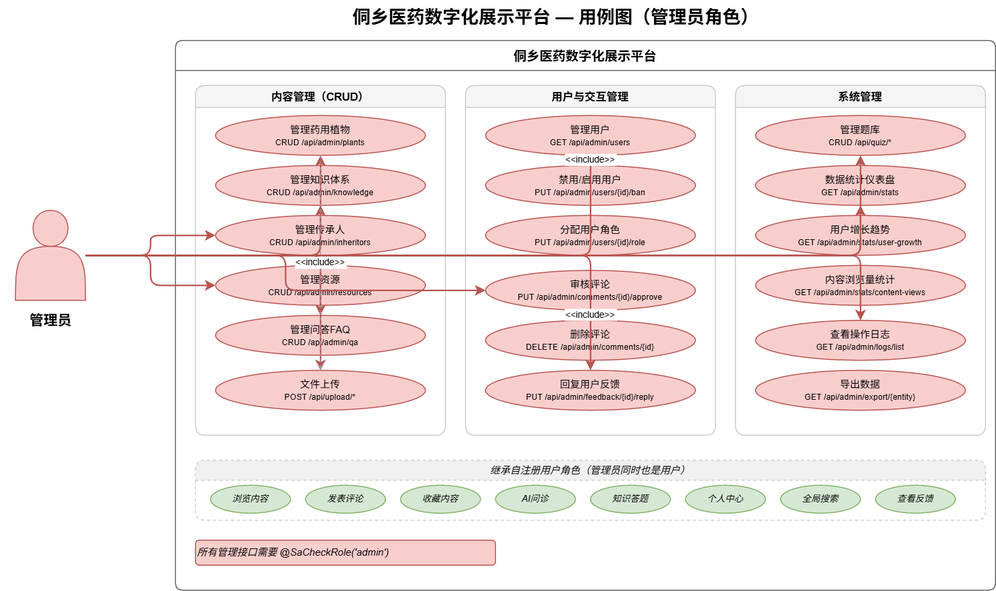
Earlier version of the draw.io export docs/diagrams-png/usecase-admin.drawio.png (yhe3603-star/Graduation-Project). Source tidied: cells renumbered, new cells last; positions are measured from the earlier drawing's top-left corner, leaving out a move shared by most shapes. The source it was exported from:
```xml
<mxGraphModel>
  <root>
    <mxCell id="0" />
    <mxCell id="1" parent="0" />
    <mxCell id="2" value="侗乡医药数字化展示平台 — 用例图（管理员角色）" style="text;html=1;fontSize=18;fontStyle=1;align=center;" parent="1" vertex="1">
      <mxGeometry x="305" width="500" height="35" as="geometry" />
    </mxCell>
    <mxCell id="3" style="shape=actor;whiteSpace=wrap;html=1;verticalAlign=bottom;labelPosition=center;verticalLabelPosition=bottom;outlineConnect=0;fillColor=#f8cecc;strokeColor=#b85450;size=20;" parent="1" vertex="1">
      <mxGeometry x="15" y="210" width="70" height="90" as="geometry" />
    </mxCell>
    <mxCell id="4" value="管理员" style="text;html=1;fontSize=14;fontStyle=1;align=center;" parent="1" vertex="1">
      <mxGeometry y="305" width="100" height="25" as="geometry" />
    </mxCell>
    <mxCell id="5" value="侗乡医药数字化展示平台" style="swimlane;startSize=30;fillColor=#FFFFFF;strokeColor=#666;fontStyle=1;fontSize=13;rounded=1;arcSize=8;" parent="1" vertex="1">
      <mxGeometry x="175" y="40" width="820" height="550" as="geometry" />
    </mxCell>
    <mxCell id="6" value="内容管理（CRUD）" style="swimlane;startSize=22;fillColor=#f5f5f5;strokeColor=#CCC;fontStyle=1;fontSize=11;rounded=1;" parent="5" vertex="1">
      <mxGeometry x="20" y="45" width="250" height="350" as="geometry" />
    </mxCell>
    <mxCell id="7" value="管理药用植物&lt;br&gt;&lt;small&gt;CRUD /api/admin/plants&lt;/small&gt;" style="ellipse;whiteSpace=wrap;html=1;fillColor=#f8cecc;strokeColor=#b85450;fontSize=10;" parent="6" vertex="1">
      <mxGeometry x="20" y="30" width="210" height="40" as="geometry" />
    </mxCell>
    <mxCell id="8" value="管理知识体系&lt;br&gt;&lt;small&gt;CRUD /api/admin/knowledge&lt;/small&gt;" style="ellipse;whiteSpace=wrap;html=1;fillColor=#f8cecc;strokeColor=#b85450;fontSize=10;" parent="6" vertex="1">
      <mxGeometry x="20" y="80" width="210" height="40" as="geometry" />
    </mxCell>
    <mxCell id="9" value="管理传承人&lt;br&gt;&lt;small&gt;CRUD /api/admin/inheritors&lt;/small&gt;" style="ellipse;whiteSpace=wrap;html=1;fillColor=#f8cecc;strokeColor=#b85450;fontSize=10;" parent="6" vertex="1">
      <mxGeometry x="20" y="130" width="210" height="40" as="geometry" />
    </mxCell>
    <mxCell id="10" value="管理资源&lt;br&gt;&lt;small&gt;CRUD /api/admin/resources&lt;/small&gt;" style="ellipse;whiteSpace=wrap;html=1;fillColor=#f8cecc;strokeColor=#b85450;fontSize=10;" parent="6" vertex="1">
      <mxGeometry x="20" y="180" width="210" height="40" as="geometry" />
    </mxCell>
    <mxCell id="11" value="管理问答FAQ&lt;br&gt;&lt;small&gt;CRUD /api/admin/qa&lt;/small&gt;" style="ellipse;whiteSpace=wrap;html=1;fillColor=#f8cecc;strokeColor=#b85450;fontSize=10;" parent="6" vertex="1">
      <mxGeometry x="20" y="230" width="210" height="40" as="geometry" />
    </mxCell>
    <mxCell id="12" value="文件上传&lt;br&gt;&lt;small&gt;POST /api/upload/*&lt;/small&gt;" style="ellipse;whiteSpace=wrap;html=1;fillColor=#f8cecc;strokeColor=#b85450;fontSize=10;" parent="6" vertex="1">
      <mxGeometry x="20" y="285" width="210" height="40" as="geometry" />
    </mxCell>
    <mxCell id="13" value="用户与交互管理" style="swimlane;startSize=22;fillColor=#f5f5f5;strokeColor=#CCC;fontStyle=1;fontSize=11;rounded=1;" parent="5" vertex="1">
      <mxGeometry x="290" y="45" width="250" height="350" as="geometry" />
    </mxCell>
    <mxCell id="14" value="管理用户&lt;br&gt;&lt;small&gt;GET /api/admin/users&lt;/small&gt;" style="ellipse;whiteSpace=wrap;html=1;fillColor=#f8cecc;strokeColor=#b85450;fontSize=10;" parent="13" vertex="1">
      <mxGeometry x="20" y="30" width="210" height="40" as="geometry" />
    </mxCell>
    <mxCell id="15" value="禁用/启用用户&lt;br&gt;&lt;small&gt;PUT /api/admin/users/{id}/ban&lt;/small&gt;" style="ellipse;whiteSpace=wrap;html=1;fillColor=#f8cecc;strokeColor=#b85450;fontSize=10;" parent="13" vertex="1">
      <mxGeometry x="20" y="80" width="210" height="40" as="geometry" />
    </mxCell>
    <mxCell id="16" value="分配用户角色&lt;br&gt;&lt;small&gt;PUT /api/admin/users/{id}/role&lt;/small&gt;" style="ellipse;whiteSpace=wrap;html=1;fillColor=#f8cecc;strokeColor=#b85450;fontSize=10;" parent="13" vertex="1">
      <mxGeometry x="20" y="130" width="210" height="40" as="geometry" />
    </mxCell>
    <mxCell id="17" value="审核评论&lt;br&gt;&lt;small&gt;PUT /api/admin/comments/{id}/approve&lt;/small&gt;" style="ellipse;whiteSpace=wrap;html=1;fillColor=#f8cecc;strokeColor=#b85450;fontSize=10;" parent="13" vertex="1">
      <mxGeometry x="20" y="185" width="210" height="40" as="geometry" />
    </mxCell>
    <mxCell id="18" value="删除评论&lt;br&gt;&lt;small&gt;DELETE /api/admin/comments/{id}&lt;/small&gt;" style="ellipse;whiteSpace=wrap;html=1;fillColor=#f8cecc;strokeColor=#b85450;fontSize=10;" parent="13" vertex="1">
      <mxGeometry x="20" y="235" width="210" height="40" as="geometry" />
    </mxCell>
    <mxCell id="19" value="回复用户反馈&lt;br&gt;&lt;small&gt;PUT /api/admin/feedback/{id}/reply&lt;/small&gt;" style="ellipse;whiteSpace=wrap;html=1;fillColor=#f8cecc;strokeColor=#b85450;fontSize=10;" parent="13" vertex="1">
      <mxGeometry x="20" y="285" width="210" height="40" as="geometry" />
    </mxCell>
    <mxCell id="20" value="系统管理" style="swimlane;startSize=22;fillColor=#f5f5f5;strokeColor=#CCC;fontStyle=1;fontSize=11;rounded=1;" parent="5" vertex="1">
      <mxGeometry x="560" y="45" width="250" height="350" as="geometry" />
    </mxCell>
    <mxCell id="21" value="管理题库&lt;br&gt;&lt;small&gt;CRUD /api/quiz/*&lt;/small&gt;" style="ellipse;whiteSpace=wrap;html=1;fillColor=#f8cecc;strokeColor=#b85450;fontSize=10;" parent="20" vertex="1">
      <mxGeometry x="20" y="30" width="210" height="40" as="geometry" />
    </mxCell>
    <mxCell id="22" value="数据统计仪表盘&lt;br&gt;&lt;small&gt;GET /api/admin/stats&lt;/small&gt;" style="ellipse;whiteSpace=wrap;html=1;fillColor=#f8cecc;strokeColor=#b85450;fontSize=10;" parent="20" vertex="1">
      <mxGeometry x="20" y="80" width="210" height="40" as="geometry" />
    </mxCell>
    <mxCell id="23" value="用户增长趋势&lt;br&gt;&lt;small&gt;GET /api/admin/stats/user-growth&lt;/small&gt;" style="ellipse;whiteSpace=wrap;html=1;fillColor=#f8cecc;strokeColor=#b85450;fontSize=10;" parent="20" vertex="1">
      <mxGeometry x="20" y="130" width="210" height="40" as="geometry" />
    </mxCell>
    <mxCell id="24" value="内容浏览量统计&lt;br&gt;&lt;small&gt;GET /api/admin/stats/content-views&lt;/small&gt;" style="ellipse;whiteSpace=wrap;html=1;fillColor=#f8cecc;strokeColor=#b85450;fontSize=10;" parent="20" vertex="1">
      <mxGeometry x="20" y="180" width="210" height="40" as="geometry" />
    </mxCell>
    <mxCell id="25" value="查看操作日志&lt;br&gt;&lt;small&gt;GET /api/admin/logs/list&lt;/small&gt;" style="ellipse;whiteSpace=wrap;html=1;fillColor=#f8cecc;strokeColor=#b85450;fontSize=10;" parent="20" vertex="1">
      <mxGeometry x="20" y="235" width="210" height="40" as="geometry" />
    </mxCell>
    <mxCell id="26" value="导出数据&lt;br&gt;&lt;small&gt;GET /api/admin/export/{entity}&lt;/small&gt;" style="ellipse;whiteSpace=wrap;html=1;fillColor=#f8cecc;strokeColor=#b85450;fontSize=10;" parent="20" vertex="1">
      <mxGeometry x="20" y="285" width="210" height="40" as="geometry" />
    </mxCell>
    <mxCell id="27" value="继承自注册用户角色（管理员同时也是用户）" style="swimlane;startSize=20;fillColor=#f0f0f0;strokeColor=#CCC;fontStyle=2;fontSize=10;rounded=1;dashed=1;" parent="5" vertex="1">
      <mxGeometry x="20" y="420" width="790" height="60" as="geometry" />
    </mxCell>
    <mxCell id="28" value="浏览内容" style="ellipse;whiteSpace=wrap;html=1;fillColor=#d5e8d4;strokeColor=#82b366;fontSize=9;fontStyle=2;" parent="27" vertex="1">
      <mxGeometry x="15" y="25" width="80" height="28" as="geometry" />
    </mxCell>
    <mxCell id="29" value="发表评论" style="ellipse;whiteSpace=wrap;html=1;fillColor=#d5e8d4;strokeColor=#82b366;fontSize=9;fontStyle=2;" parent="27" vertex="1">
      <mxGeometry x="110" y="25" width="80" height="28" as="geometry" />
    </mxCell>
    <mxCell id="30" value="收藏内容" style="ellipse;whiteSpace=wrap;html=1;fillColor=#d5e8d4;strokeColor=#82b366;fontSize=9;fontStyle=2;" parent="27" vertex="1">
      <mxGeometry x="205" y="25" width="80" height="28" as="geometry" />
    </mxCell>
    <mxCell id="31" value="AI问诊" style="ellipse;whiteSpace=wrap;html=1;fillColor=#d5e8d4;strokeColor=#82b366;fontSize=9;fontStyle=2;" parent="27" vertex="1">
      <mxGeometry x="300" y="25" width="80" height="28" as="geometry" />
    </mxCell>
    <mxCell id="32" value="知识答题" style="ellipse;whiteSpace=wrap;html=1;fillColor=#d5e8d4;strokeColor=#82b366;fontSize=9;fontStyle=2;" parent="27" vertex="1">
      <mxGeometry x="395" y="25" width="80" height="28" as="geometry" />
    </mxCell>
    <mxCell id="33" value="个人中心" style="ellipse;whiteSpace=wrap;html=1;fillColor=#d5e8d4;strokeColor=#82b366;fontSize=9;fontStyle=2;" parent="27" vertex="1">
      <mxGeometry x="490" y="25" width="80" height="28" as="geometry" />
    </mxCell>
    <mxCell id="34" value="全局搜索" style="ellipse;whiteSpace=wrap;html=1;fillColor=#d5e8d4;strokeColor=#82b366;fontSize=9;fontStyle=2;" parent="27" vertex="1">
      <mxGeometry x="585" y="25" width="80" height="28" as="geometry" />
    </mxCell>
    <mxCell id="35" value="查看反馈" style="ellipse;whiteSpace=wrap;html=1;fillColor=#d5e8d4;strokeColor=#82b366;fontSize=9;fontStyle=2;" parent="27" vertex="1">
      <mxGeometry x="680" y="25" width="80" height="28" as="geometry" />
    </mxCell>
    <mxCell id="36" style="edgeStyle=orthogonalEdgeStyle;rounded=1;strokeColor=#b85450;strokeWidth=1.5;" parent="5" edge="1" source="3" target="7">
      <mxGeometry relative="1" as="geometry" />
    </mxCell>
    <mxCell id="37" style="edgeStyle=orthogonalEdgeStyle;rounded=1;strokeColor=#b85450;strokeWidth=1.5;" parent="5" edge="1" source="3" target="8">
      <mxGeometry relative="1" as="geometry" />
    </mxCell>
    <mxCell id="38" style="edgeStyle=orthogonalEdgeStyle;rounded=1;strokeColor=#b85450;strokeWidth=1.5;" parent="5" edge="1" source="3" target="9">
      <mxGeometry relative="1" as="geometry" />
    </mxCell>
    <mxCell id="39" style="edgeStyle=orthogonalEdgeStyle;rounded=1;strokeColor=#b85450;strokeWidth=1.5;" parent="5" edge="1" source="3" target="10">
      <mxGeometry relative="1" as="geometry" />
    </mxCell>
    <mxCell id="40" style="edgeStyle=orthogonalEdgeStyle;rounded=1;strokeColor=#b85450;strokeWidth=1.5;" parent="5" edge="1" source="3" target="11">
      <mxGeometry relative="1" as="geometry" />
    </mxCell>
    <mxCell id="41" style="edgeStyle=orthogonalEdgeStyle;rounded=1;strokeColor=#b85450;strokeWidth=1.5;" parent="5" edge="1" source="3" target="14">
      <mxGeometry relative="1" as="geometry" />
    </mxCell>
    <mxCell id="42" style="edgeStyle=orthogonalEdgeStyle;rounded=1;strokeColor=#b85450;strokeWidth=1.5;" parent="5" edge="1" source="3" target="17">
      <mxGeometry relative="1" as="geometry" />
    </mxCell>
    <mxCell id="43" style="edgeStyle=orthogonalEdgeStyle;rounded=1;strokeColor=#b85450;strokeWidth=1.5;" parent="5" edge="1" source="3" target="19">
      <mxGeometry relative="1" as="geometry" />
    </mxCell>
    <mxCell id="44" style="edgeStyle=orthogonalEdgeStyle;rounded=1;strokeColor=#b85450;strokeWidth=1.5;" parent="5" edge="1" source="3" target="21">
      <mxGeometry relative="1" as="geometry" />
    </mxCell>
    <mxCell id="45" style="edgeStyle=orthogonalEdgeStyle;rounded=1;strokeColor=#b85450;strokeWidth=1.5;" parent="5" edge="1" source="3" target="22">
      <mxGeometry relative="1" as="geometry" />
    </mxCell>
    <mxCell id="46" style="edgeStyle=orthogonalEdgeStyle;rounded=1;strokeColor=#b85450;strokeWidth=1.5;" parent="5" edge="1" source="3" target="25">
      <mxGeometry relative="1" as="geometry" />
    </mxCell>
    <mxCell id="47" style="edgeStyle=orthogonalEdgeStyle;rounded=1;strokeColor=#b85450;strokeWidth=1.5;" parent="5" edge="1" source="3" target="12">
      <mxGeometry relative="1" as="geometry" />
    </mxCell>
    <mxCell id="48" value="&lt;&lt;include&gt;&gt;" style="edgeStyle=orthogonalEdgeStyle;rounded=1;dashed=1;strokeColor=#999;fontSize=9;endArrow=open;endFill=0;" parent="5" edge="1" source="14" target="15">
      <mxGeometry relative="1" as="geometry" />
    </mxCell>
    <mxCell id="49" value="&lt;&lt;include&gt;&gt;" style="edgeStyle=orthogonalEdgeStyle;rounded=1;dashed=1;strokeColor=#999;fontSize=9;endArrow=open;endFill=0;" parent="5" edge="1" source="17" target="18">
      <mxGeometry relative="1" as="geometry" />
    </mxCell>
    <mxCell id="50" value="&lt;&lt;include&gt;&gt;" style="edgeStyle=orthogonalEdgeStyle;rounded=1;dashed=1;strokeColor=#999;fontSize=9;endArrow=open;endFill=0;" parent="5" edge="1" source="7" target="12">
      <mxGeometry relative="1" as="geometry" />
    </mxCell>
    <mxCell id="51" value="所有管理接口需要 @SaCheckRole('admin')" style="text;html=1;fontSize=10;fontStyle=2;fillColor=#f8cecc;strokeColor=#b85450;rounded=1;" parent="5" vertex="1">
      <mxGeometry x="20" y="500" width="300" height="25" as="geometry" />
    </mxCell>
  </root>
</mxGraphModel>
```
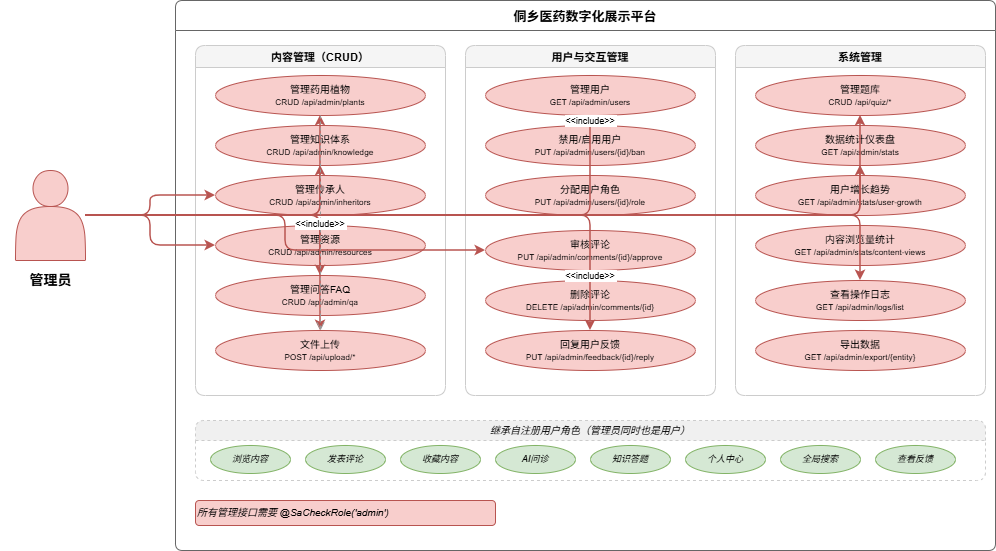
The same diagram one commit later.

The edit, as a diff of the source:
```diff
@@ -2,9 +2,6 @@
   <root>
     <mxCell id="0" />
     <mxCell id="1" parent="0" />
-    <mxCell id="2" value="侗乡医药数字化展示平台 — 用例图（管理员角色）" style="text;html=1;fontSize=18;fontStyle=1;align=center;" parent="1" vertex="1">
-      <mxGeometry x="305" width="500" height="35" as="geometry" />
-    </mxCell>
     <mxCell id="3" style="shape=actor;whiteSpace=wrap;html=1;verticalAlign=bottom;labelPosition=center;verticalLabelPosition=bottom;outlineConnect=0;fillColor=#f8cecc;strokeColor=#b85450;size=20;" parent="1" vertex="1">
       <mxGeometry x="15" y="210" width="70" height="90" as="geometry" />
     </mxCell>
```
